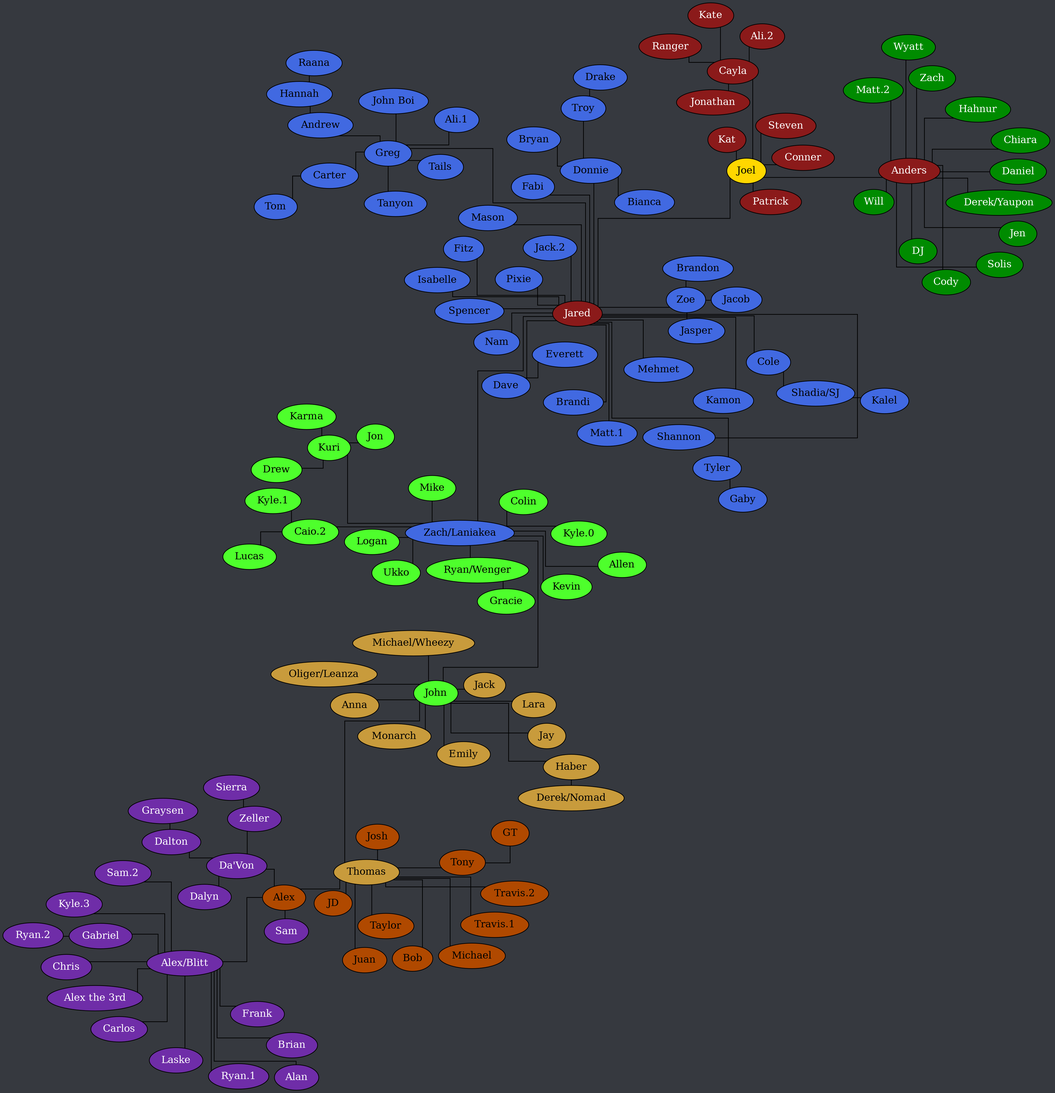
Earlier version of the Graphviz export tree.png (Documidas/CoronaCatzFamilyTree). Its source is kept beside it as tree.dot.
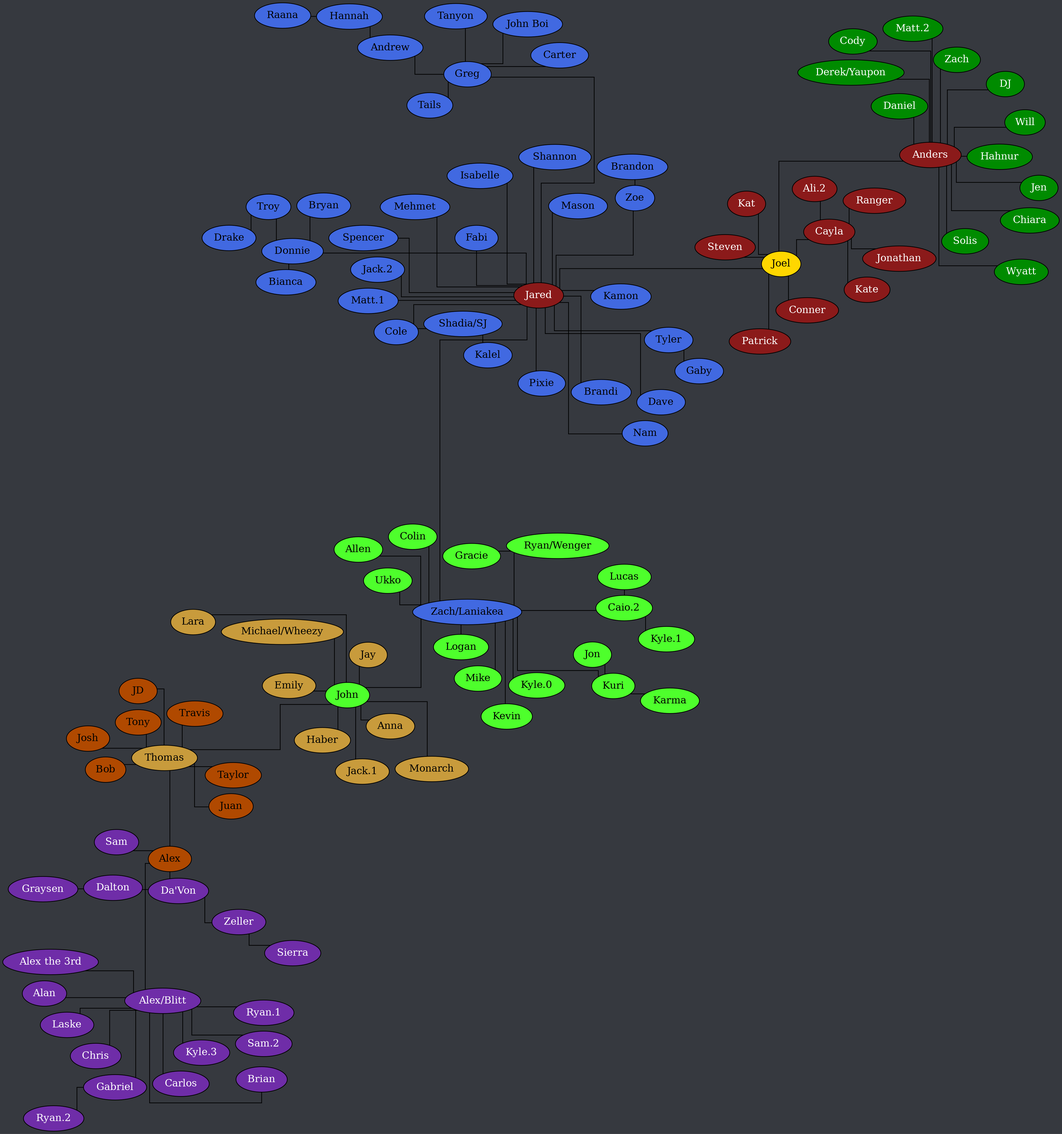
The same file after the commit.

Commit message:
Remove missing members

Diff of the diagram source:
```diff
@@ -49,13 +49,10 @@
 		node [ style=filled fillcolor="royalblue" fontcolor="black" ];
 
 		Andrew -- Hannah;
-		Carter -- Tom;
 		Cole -- "Shadia/SJ";
-		Dave -- Everett;
 		Donnie -- Bianca;
 		Donnie -- Bryan;
 		Donnie -- Troy;
-		Greg -- "Ali.1";
 		Greg -- Andrew;
 		Greg -- Carter;
 		Greg -- "John Boi";
@@ -68,7 +65,6 @@
 		Jared -- Fabi;
 		Jared -- "Jack.2";
 		Jared -- Cole;
-		Jared -- Fitz;
 		Jared -- Kamon;
 		Jared -- Greg;
 		Jared -- Isabelle;
@@ -86,8 +82,6 @@
 		Troy -- Drake;
 		Tyler -- Gaby;
 		Zoe -- Brandon;
-		Zoe -- Jasper;
-		Zoe -- Jacob;
 	}
 
 	subgraph "Zach/Laniakea" {
@@ -95,7 +89,6 @@
 
 		"Caio.2" -- "Kyle.1";
 		"Caio.2" -- Lucas;
-		Kuri -- Drew;
 		Kuri -- Jon;
 		Kuri -- Karma;
 		"Ryan/Wenger" -- Gracie;
@@ -115,15 +108,13 @@
 	subgraph "John" {
 		node [ style=filled fillcolor="#c89b3c" fontcolor="black" ];
 
-		Haber -- "Derek/Nomad";
 		John -- Anna;
 		John -- Emily;
 		John -- Haber;
 		John -- Jay;
-		John -- Jack;
+		John -- "Jack.1";
 		John -- Lara;
 		John -- Monarch;
-		John -- "Oliger/Leanza";
 		John -- Thomas;
 	}
 
@@ -141,12 +132,9 @@
 		Thomas -- JD;
 		Thomas -- Josh;
 		Thomas -- Juan;
-		Thomas -- Michael;
 		Thomas -- Taylor;
 		Thomas -- Tony;
-		Thomas -- "Travis.1";
-		Thomas -- "Travis.2";
-		Tony -- GT;
+		Thomas -- Travis;
 	}
 
 	subgraph "Alex" {
@@ -160,14 +148,12 @@
 		"Alex/Blitt" -- Brian;
 		"Alex/Blitt" -- Carlos;
 		"Alex/Blitt" -- Chris;
-		"Alex/Blitt" -- Frank;
 		"Alex/Blitt" -- Gabriel;
 		"Alex/Blitt" -- "Kyle.3";
 		"Alex/Blitt" -- Laske;
 		"Alex/Blitt" -- "Ryan.1";
 		"Alex/Blitt" -- "Sam.2";
 		"Da'Von" -- Dalton;
-		"Da'Von" -- Dalyn;
 		"Da'Von" -- Zeller;
 		Dalton -- Graysen;
 		Gabriel -- "Ryan.2";
```
